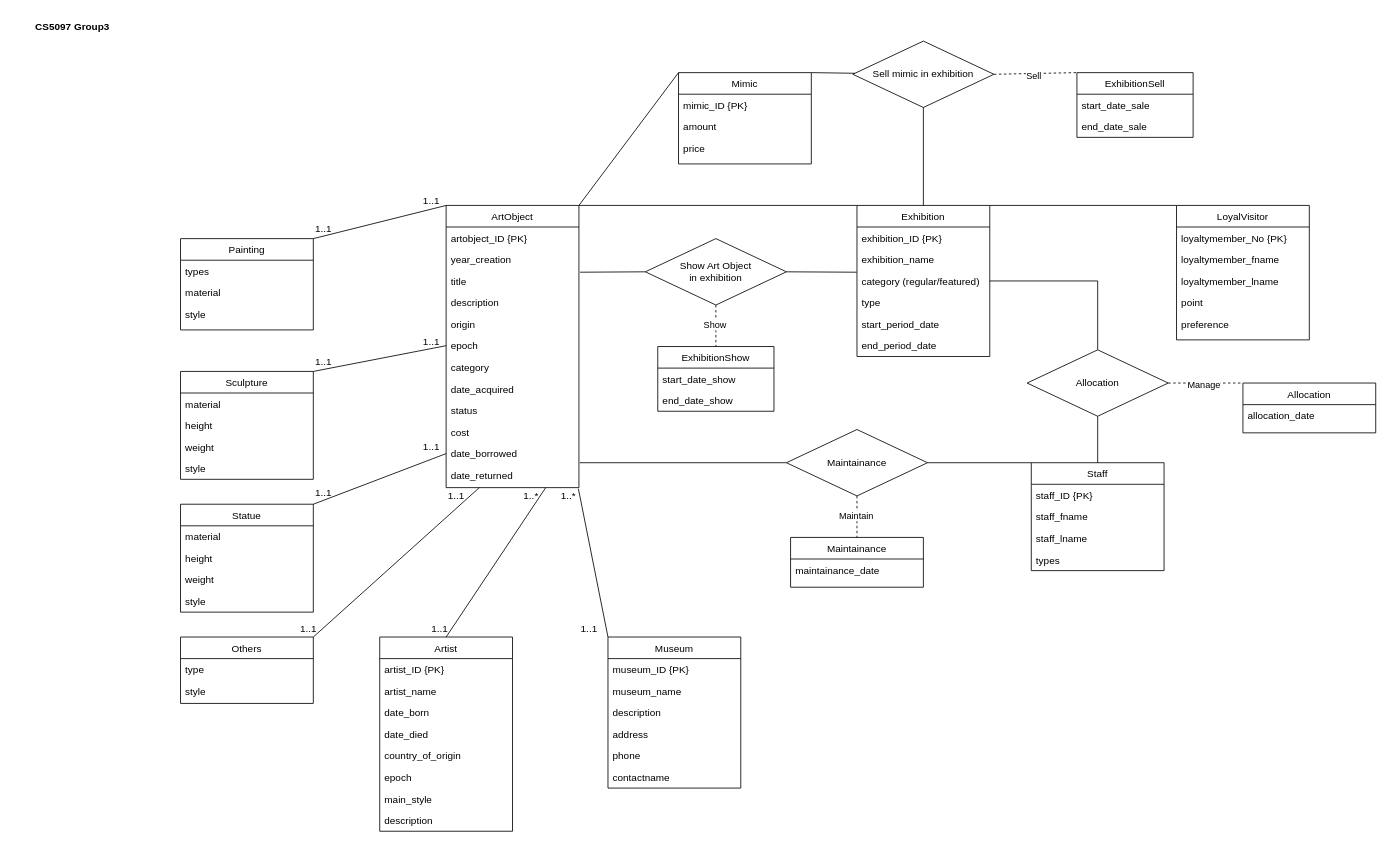
Earlier version of the draw.io diagram GP-A2_Art-Museum_DB_logical-model.drawio (chanokchut/CS5097). Source tidied: cells renumbered, new cells numbered last; positions are measured from the earlier drawing's top-left corner, leaving out a move shared by most shapes. Both pictures are drawn from the tidied source at 83%, with x=0, y=0 at pixel (14, 14).
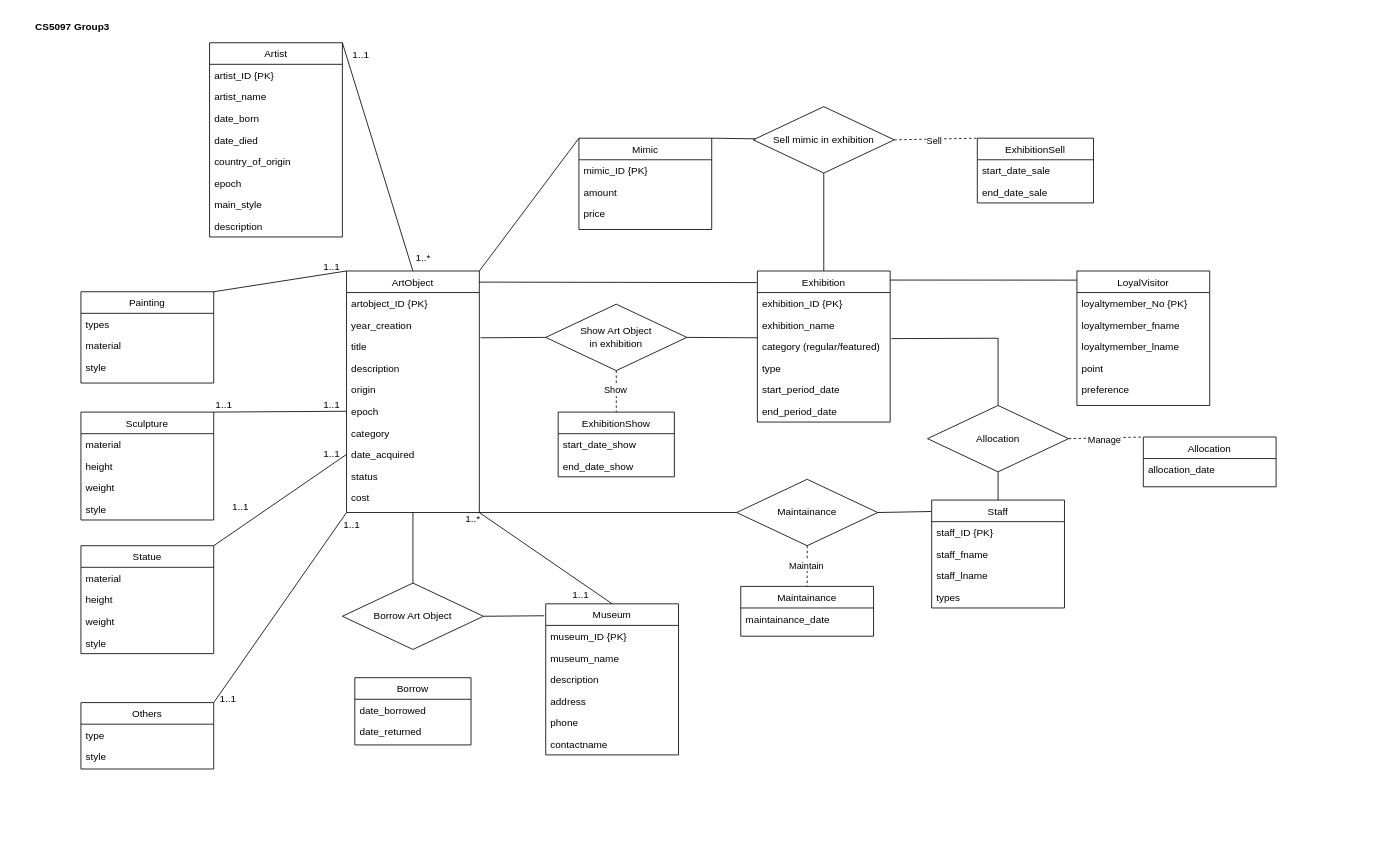
The same diagram, later.

The change refers to these unchanged cells:
```xml
<mxCell id="17" value="date_acquired" style="text;align=left;verticalAlign=top;spacingLeft=4;spacingRight=4;overflow=hidden;points=[[0,0.5],[1,0.5]];portConstraint=eastwest;" parent="9" vertex="1">
  <mxGeometry y="208" width="160" height="26" as="geometry" />
</mxCell>
<mxCell id="19" value="cost" style="text;align=left;verticalAlign=top;spacingLeft=4;spacingRight=4;overflow=hidden;points=[[0,0.5],[1,0.5]];portConstraint=eastwest;" parent="9" vertex="1">
  <mxGeometry y="260" width="160" height="26" as="geometry" />
</mxCell>
<mxCell id="51" value="category (regular/featured)" style="text;align=left;verticalAlign=top;spacingLeft=4;spacingRight=4;overflow=hidden;points=[[0,0.5],[1,0.5]];portConstraint=eastwest;" parent="48" vertex="1">
  <mxGeometry y="78" width="160" height="26" as="geometry" />
</mxCell>
```

What changed in the source:
```diff
@@
     <mxCell id="2" value="Museum" style="swimlane;fontStyle=0;align=center;verticalAlign=top;horizontal=1;startSize=26;rounded=0;shadow=0;strokeWidth=1;" parent="1" vertex="1">
-      <mxGeometry x="715" y="750" width="160" height="182" as="geometry" />
+      <mxGeometry x="640" y="710" width="160" height="182" as="geometry" />
     </mxCell>
@@
     <mxCell id="9" value="ArtObject" style="swimlane;fontStyle=0;align=center;verticalAlign=top;horizontal=1;startSize=26;rounded=0;shadow=0;strokeWidth=1;" parent="1" vertex="1">
-      <mxGeometry x="520" y="230" width="160" height="340" as="geometry" />
+      <mxGeometry x="400" y="309" width="160" height="291" as="geometry" />
     </mxCell>
@@
-    <mxCell id="20" value="date_borrowed" style="text;align=left;verticalAlign=top;spacingLeft=4;spacingRight=4;overflow=hidden;points=[[0,0.5],[1,0.5]];portConstraint=eastwest;" parent="9" vertex="1">
-      <mxGeometry y="286" width="160" height="26" as="geometry" />
-    </mxCell>
-    <mxCell id="21" value="date_returned" style="text;align=left;verticalAlign=top;spacingLeft=4;spacingRight=4;overflow=hidden;points=[[0,0.5],[1,0.5]];portConstraint=eastwest;" parent="9" vertex="1">
-      <mxGeometry y="312" width="160" height="26" as="geometry" />
-    </mxCell>
     <mxCell id="22" value="Artist" style="swimlane;fontStyle=0;align=center;verticalAlign=top;horizontal=1;startSize=26;rounded=0;shadow=0;strokeWidth=1;" parent="1" vertex="1">
-      <mxGeometry x="440" y="750" width="160" height="234" as="geometry" />
+      <mxGeometry x="235" y="34" width="160" height="234" as="geometry" />
     </mxCell>
@@
     <mxCell id="31" value="Painting" style="swimlane;fontStyle=0;align=center;verticalAlign=top;horizontal=1;startSize=26;rounded=0;shadow=0;strokeWidth=1;" parent="1" vertex="1">
-      <mxGeometry x="200" y="270" width="160" height="110" as="geometry" />
+      <mxGeometry x="80" y="334" width="160" height="110" as="geometry" />
     </mxCell>
@@
     <mxCell id="35" value="Sculpture" style="swimlane;fontStyle=0;align=center;verticalAlign=top;horizontal=1;startSize=26;rounded=0;shadow=0;strokeWidth=1;" parent="1" vertex="1">
-      <mxGeometry x="200" y="430" width="160" height="130" as="geometry" />
+      <mxGeometry x="80" y="479" width="160" height="130" as="geometry" />
     </mxCell>
@@
     <mxCell id="40" value="Others" style="swimlane;fontStyle=0;align=center;verticalAlign=top;horizontal=1;startSize=26;rounded=0;shadow=0;strokeWidth=1;" parent="1" vertex="1">
-      <mxGeometry x="200" y="750" width="160" height="80" as="geometry" />
+      <mxGeometry x="80" y="829" width="160" height="80" as="geometry" />
     </mxCell>
@@
     <mxCell id="43" value="Statue" style="swimlane;fontStyle=0;align=center;verticalAlign=top;horizontal=1;startSize=26;rounded=0;shadow=0;strokeWidth=1;" parent="1" vertex="1">
-      <mxGeometry x="200" y="590" width="160" height="130" as="geometry" />
+      <mxGeometry x="80" y="640" width="160" height="130" as="geometry" />
     </mxCell>
@@
     <mxCell id="48" value="Exhibition" style="swimlane;fontStyle=0;align=center;verticalAlign=top;horizontal=1;startSize=26;rounded=0;shadow=0;strokeWidth=1;" parent="1" vertex="1">
-      <mxGeometry x="1015" y="230" width="160" height="182" as="geometry" />
+      <mxGeometry x="895" y="309" width="160" height="182" as="geometry" />
     </mxCell>
@@
     <mxCell id="55" value="Mimic" style="swimlane;fontStyle=0;align=center;verticalAlign=top;horizontal=1;startSize=26;rounded=0;shadow=0;strokeWidth=1;" parent="1" vertex="1">
-      <mxGeometry x="800" y="70" width="160" height="110" as="geometry" />
+      <mxGeometry x="680" y="149" width="160" height="110" as="geometry" />
     </mxCell>
@@
     <mxCell id="59" value="LoyalVisitor" style="swimlane;fontStyle=0;align=center;verticalAlign=top;horizontal=1;startSize=26;rounded=0;shadow=0;strokeWidth=1;" parent="1" vertex="1">
-      <mxGeometry x="1400" y="230" width="160" height="162" as="geometry" />
+      <mxGeometry x="1280" y="309" width="160" height="162" as="geometry" />
     </mxCell>
@@
     <mxCell id="65" value="Staff" style="swimlane;fontStyle=0;align=center;verticalAlign=top;horizontal=1;startSize=26;rounded=0;shadow=0;strokeWidth=1;" parent="1" vertex="1">
-      <mxGeometry x="1225" y="540" width="160" height="130" as="geometry" />
+      <mxGeometry x="1105" y="585" width="160" height="130" as="geometry" />
     </mxCell>
@@
     <mxCell id="70" value="Maintainance" style="swimlane;fontStyle=0;align=center;verticalAlign=top;horizontal=1;startSize=26;rounded=0;shadow=0;strokeWidth=1;" parent="1" vertex="1">
-      <mxGeometry x="935" y="630" width="160" height="60" as="geometry" />
+      <mxGeometry x="875" y="689" width="160" height="60" as="geometry" />
     </mxCell>
@@
     <mxCell id="72" value="Allocation" style="swimlane;fontStyle=0;align=center;verticalAlign=top;horizontal=1;startSize=26;rounded=0;shadow=0;strokeWidth=1;" parent="1" vertex="1">
-      <mxGeometry x="1480" y="444" width="160" height="60" as="geometry" />
+      <mxGeometry x="1360" y="509" width="160" height="60" as="geometry" />
     </mxCell>
@@
     <mxCell id="74" value="ExhibitionSell" style="swimlane;fontStyle=0;align=center;verticalAlign=top;horizontal=1;startSize=26;rounded=0;shadow=0;strokeWidth=1;" parent="1" vertex="1">
-      <mxGeometry x="1280" y="70" width="140" height="78" as="geometry" />
+      <mxGeometry x="1160" y="149" width="140" height="78" as="geometry" />
     </mxCell>
@@
-    <mxCell id="78" style="endArrow=none;html=1;rounded=0;exitX=0.5;exitY=0;exitDx=0;exitDy=0;entryX=0.75;entryY=1;entryDx=0;entryDy=0;" parent="1" edge="1" source="22" target="9">
+    <mxCell id="78" style="endArrow=none;html=1;rounded=0;exitX=1;exitY=0;exitDx=0;exitDy=0;entryX=0.5;entryY=0;entryDx=0;entryDy=0;" parent="1" edge="1" source="22" target="9">
       <mxGeometry relative="1" as="geometry" />
     </mxCell>
     <mxCell id="79" value="1..1" style="text;html=1;align=center;verticalAlign=middle;whiteSpace=wrap;rounded=0;" parent="1" vertex="1">
-      <mxGeometry x="490" y="725" width="45" height="30" as="geometry" />
+      <mxGeometry x="395" y="34" width="45" height="30" as="geometry" />
     </mxCell>
     <mxCell id="80" value="1..*" style="text;html=1;align=center;verticalAlign=middle;whiteSpace=wrap;rounded=0;" parent="1" vertex="1">
-      <mxGeometry x="600" y="565" width="45" height="30" as="geometry" />
+      <mxGeometry x="470" y="279" width="45" height="30" as="geometry" />
     </mxCell>
@@
-    <mxCell id="82" style="endArrow=none;html=1;rounded=0;entryX=0;entryY=0;entryDx=0;entryDy=0;exitX=0.996;exitY=1.128;exitDx=0;exitDy=0;exitPerimeter=0;" parent="1" edge="1" source="21" target="2">
+    <mxCell id="82" style="endArrow=none;html=1;rounded=0;entryX=0.5;entryY=0;entryDx=0;entryDy=0;exitX=0.996;exitY=1.176;exitDx=0;exitDy=0;exitPerimeter=0;" parent="1" edge="1" source="19" target="2">
       <mxGeometry relative="1" as="geometry" />
     </mxCell>
     <mxCell id="83" value="1..*" style="text;html=1;align=center;verticalAlign=middle;whiteSpace=wrap;rounded=0;" parent="1" vertex="1">
-      <mxGeometry x="645" y="565" width="45" height="30" as="geometry" />
+      <mxGeometry x="530" y="593" width="45" height="30" as="geometry" />
     </mxCell>
@@
-    <mxCell id="85" style="endArrow=none;html=1;rounded=0;entryX=1;entryY=0;entryDx=0;entryDy=0;exitX=0;exitY=0.5;exitDx=0;exitDy=0;" parent="1" edge="1" source="20" target="43">
+    <mxCell id="85" style="endArrow=none;html=1;rounded=0;entryX=1;entryY=0;entryDx=0;entryDy=0;exitX=0;exitY=0.5;exitDx=0;exitDy=0;" parent="1" edge="1" source="17" target="43">
       <mxGeometry relative="1" as="geometry" />
     </mxCell>
-    <mxCell id="86" style="endArrow=none;html=1;rounded=0;entryX=1;entryY=0;entryDx=0;entryDy=0;exitX=0.25;exitY=1;exitDx=0;exitDy=0;" parent="1" edge="1" source="9" target="40">
+    <mxCell id="86" style="endArrow=none;html=1;rounded=0;entryX=1;entryY=0;entryDx=0;entryDy=0;exitX=0;exitY=1;exitDx=0;exitDy=0;" parent="1" edge="1" source="9" target="40">
       <mxGeometry relative="1" as="geometry" />
     </mxCell>
-    <mxCell id="87" value="1..1" style="text;html=1;align=center;verticalAlign=middle;whiteSpace=wrap;rounded=0;" parent="1" vertex="1">
-      <mxGeometry x="350" y="246" width="45" height="24" as="geometry" />
-    </mxCell>
     <mxCell id="88" value="1..1" style="text;html=1;align=center;verticalAlign=middle;whiteSpace=wrap;rounded=0;" parent="1" vertex="1">
-      <mxGeometry x="350" y="404" width="45" height="30" as="geometry" />
+      <mxGeometry x="230" y="455" width="45" height="30" as="geometry" />
     </mxCell>
     <mxCell id="89" value="1..1" style="text;html=1;align=center;verticalAlign=middle;whiteSpace=wrap;rounded=0;" parent="1" vertex="1">
-      <mxGeometry x="350" y="561" width="45" height="30" as="geometry" />
+      <mxGeometry x="250" y="579" width="45" height="30" as="geometry" />
     </mxCell>
     <mxCell id="90" value="1..1" style="text;html=1;align=center;verticalAlign=middle;whiteSpace=wrap;rounded=0;" parent="1" vertex="1">
-      <mxGeometry x="670" y="725" width="45" height="30" as="geometry" />
+      <mxGeometry x="660" y="685" width="45" height="30" as="geometry" />
     </mxCell>
     <mxCell id="91" value="1..1" style="text;html=1;align=center;verticalAlign=middle;whiteSpace=wrap;rounded=0;" parent="1" vertex="1">
-      <mxGeometry x="332" y="725" width="45" height="30" as="geometry" />
+      <mxGeometry x="235" y="810" width="45" height="30" as="geometry" />
     </mxCell>
     <mxCell id="92" value="1..1" style="text;html=1;align=center;verticalAlign=middle;whiteSpace=wrap;rounded=0;" parent="1" vertex="1">
-      <mxGeometry x="480" y="210" width="45" height="30" as="geometry" />
+      <mxGeometry x="360" y="289" width="45" height="30" as="geometry" />
     </mxCell>
     <mxCell id="93" value="1..1" style="text;html=1;align=center;verticalAlign=middle;whiteSpace=wrap;rounded=0;" parent="1" vertex="1">
-      <mxGeometry x="480" y="506" width="45" height="30" as="geometry" />
+      <mxGeometry x="360" y="514" width="45" height="30" as="geometry" />
     </mxCell>
     <mxCell id="94" value="1..1" style="text;html=1;align=center;verticalAlign=middle;whiteSpace=wrap;rounded=0;" parent="1" vertex="1">
-      <mxGeometry x="480" y="380" width="45" height="30" as="geometry" />
+      <mxGeometry x="360" y="455" width="45" height="30" as="geometry" />
     </mxCell>
     <mxCell id="95" value="1..1" style="text;html=1;align=center;verticalAlign=middle;whiteSpace=wrap;rounded=0;" parent="1" vertex="1">
-      <mxGeometry x="510" y="565" width="45" height="30" as="geometry" />
+      <mxGeometry x="384" y="600" width="45" height="30" as="geometry" />
     </mxCell>
     <mxCell id="96" value="&lt;span style=&quot;text-wrap-mode: nowrap;&quot;&gt;Sell mimic in exhibition&lt;/span&gt;" style="rhombus;whiteSpace=wrap;html=1;" parent="1" vertex="1">
-      <mxGeometry x="1010" y="32" width="170" height="80" as="geometry" />
+      <mxGeometry x="890" y="111" width="170" height="80" as="geometry" />
     </mxCell>
@@
-    <mxCell id="100" style="endArrow=none;html=1;rounded=0;entryX=1;entryY=0;entryDx=0;entryDy=0;exitX=0;exitY=0;exitDx=0;exitDy=0;" parent="1" edge="1" source="48" target="9">
+    <mxCell id="100" style="endArrow=none;html=1;rounded=0;entryX=0.998;entryY=0.046;entryDx=0;entryDy=0;entryPerimeter=0;exitX=-0.004;exitY=0.077;exitDx=0;exitDy=0;exitPerimeter=0;" parent="1" edge="1" source="48" target="9">
       <mxGeometry relative="1" as="geometry" />
     </mxCell>
@@
     <mxCell id="103" value="&lt;span style=&quot;text-wrap-mode: nowrap;&quot;&gt;Show Art Object&lt;/span&gt;&lt;div&gt;&lt;span style=&quot;text-wrap-mode: nowrap;&quot;&gt;in exhibition&lt;/span&gt;&lt;/div&gt;" style="rhombus;whiteSpace=wrap;html=1;" parent="1" vertex="1">
-      <mxGeometry x="760" y="270" width="170" height="80" as="geometry" />
+      <mxGeometry x="640" y="349" width="170" height="80" as="geometry" />
     </mxCell>
@@
     <mxCell id="108" value="ExhibitionShow" style="swimlane;fontStyle=0;align=center;verticalAlign=top;horizontal=1;startSize=26;rounded=0;shadow=0;strokeWidth=1;" parent="1" vertex="1">
-      <mxGeometry x="775" y="400" width="140" height="78" as="geometry" />
+      <mxGeometry x="655" y="479" width="140" height="78" as="geometry" />
     </mxCell>
@@
-    <mxCell id="111" style="endArrow=none;html=1;rounded=0;exitX=0;exitY=0;exitDx=0;exitDy=0;entryX=1;entryY=0;entryDx=0;entryDy=0;" parent="1" edge="1" source="59" target="48">
-      <mxGeometry relative="1" as="geometry" />
+    <mxCell id="111" style="endArrow=none;html=1;rounded=0;entryX=1;entryY=0.06;entryDx=0;entryDy=0;entryPerimeter=0;" parent="1" edge="1" target="48">
+      <mxGeometry relative="1" as="geometry">
+        <mxPoint x="1280" y="320" as="sourcePoint" />
+      </mxGeometry>
     </mxCell>
     <mxCell id="112" value="&lt;span style=&quot;text-wrap-mode: nowrap;&quot;&gt;Maintainance&lt;/span&gt;" style="rhombus;whiteSpace=wrap;html=1;" parent="1" vertex="1">
-      <mxGeometry x="930" y="500" width="170" height="80" as="geometry" />
+      <mxGeometry x="870" y="560" width="170" height="80" as="geometry" />
     </mxCell>
-    <mxCell id="113" style="endArrow=none;html=1;rounded=0;exitX=0;exitY=0.5;exitDx=0;exitDy=0;" parent="1" edge="1" source="112">
-      <mxGeometry relative="1" as="geometry">
-        <mxPoint x="681" y="540" as="targetPoint" />
-      </mxGeometry>
+    <mxCell id="113" style="endArrow=none;html=1;rounded=0;exitX=0;exitY=0.5;exitDx=0;exitDy=0;entryX=1;entryY=1;entryDx=0;entryDy=0;" parent="1" edge="1" source="112" target="9">
+      <mxGeometry relative="1" as="geometry" />
     </mxCell>
     <mxCell id="114" value="&lt;span style=&quot;text-wrap-mode: nowrap;&quot;&gt;Allocation&lt;/span&gt;" style="rhombus;whiteSpace=wrap;html=1;" parent="1" vertex="1">
-      <mxGeometry x="1220" y="404" width="170" height="80" as="geometry" />
+      <mxGeometry x="1100" y="471" width="170" height="80" as="geometry" />
     </mxCell>
@@
-    <mxCell id="117" style="endArrow=none;html=1;rounded=0;exitX=0;exitY=0;exitDx=0;exitDy=0;entryX=1;entryY=0.5;entryDx=0;entryDy=0;" parent="1" edge="1" source="65" target="112">
+    <mxCell id="117" style="endArrow=none;html=1;rounded=0;exitX=-0.004;exitY=0.106;exitDx=0;exitDy=0;entryX=1;entryY=0.5;entryDx=0;entryDy=0;exitPerimeter=0;" parent="1" edge="1" source="65" target="112">
       <mxGeometry relative="1" as="geometry" />
     </mxCell>
-    <mxCell id="118" style="endArrow=none;html=1;rounded=0;exitX=0.5;exitY=0;exitDx=0;exitDy=0;entryX=1;entryY=0.5;entryDx=0;entryDy=0;" parent="1" edge="1" source="114" target="51">
+    <mxCell id="118" style="endArrow=none;html=1;rounded=0;exitX=0.5;exitY=0;exitDx=0;exitDy=0;entryX=1.009;entryY=0.134;entryDx=0;entryDy=0;entryPerimeter=0;" parent="1" edge="1" source="114" target="51">
       <mxGeometry relative="1" as="geometry">
         <Array as="points">
-          <mxPoint x="1305" y="321" />
+          <mxPoint x="1185" y="390" />
         </Array>
       </mxGeometry>
     </mxCell>
@@
+    <mxCell id="122" value="&lt;span style=&quot;text-wrap-mode: nowrap;&quot;&gt;Borrow Art Object&lt;/span&gt;" style="rhombus;whiteSpace=wrap;html=1;" parent="1" vertex="1">
+      <mxGeometry x="395" y="685" width="170" height="80" as="geometry" />
+    </mxCell>
+    <mxCell id="123" value="Borrow" style="swimlane;fontStyle=0;align=center;verticalAlign=top;horizontal=1;startSize=26;rounded=0;shadow=0;strokeWidth=1;" parent="1" vertex="1">
+      <mxGeometry x="410" y="799" width="140" height="81" as="geometry" />
+    </mxCell>
+    <mxCell id="20" value="date_borrowed" style="text;align=left;verticalAlign=top;spacingLeft=4;spacingRight=4;overflow=hidden;points=[[0,0.5],[1,0.5]];portConstraint=eastwest;" parent="123" vertex="1">
+      <mxGeometry y="26" width="140" height="26" as="geometry" />
+    </mxCell>
+    <mxCell id="21" value="date_returned" style="text;align=left;verticalAlign=top;spacingLeft=4;spacingRight=4;overflow=hidden;points=[[0,0.5],[1,0.5]];portConstraint=eastwest;" parent="123" vertex="1">
+      <mxGeometry y="52" width="140" height="26" as="geometry" />
+    </mxCell>
+    <mxCell id="124" style="endArrow=none;html=1;rounded=0;entryX=0.5;entryY=0;entryDx=0;entryDy=0;exitX=0.5;exitY=1;exitDx=0;exitDy=0;" parent="1" edge="1" source="9" target="122">
+      <mxGeometry relative="1" as="geometry" />
+    </mxCell>
+    <mxCell id="125" style="endArrow=none;html=1;rounded=0;entryX=1;entryY=0.5;entryDx=0;entryDy=0;exitX=-0.011;exitY=0.079;exitDx=0;exitDy=0;exitPerimeter=0;" parent="1" edge="1" source="2" target="122">
+      <mxGeometry relative="1" as="geometry" />
+    </mxCell>
```
